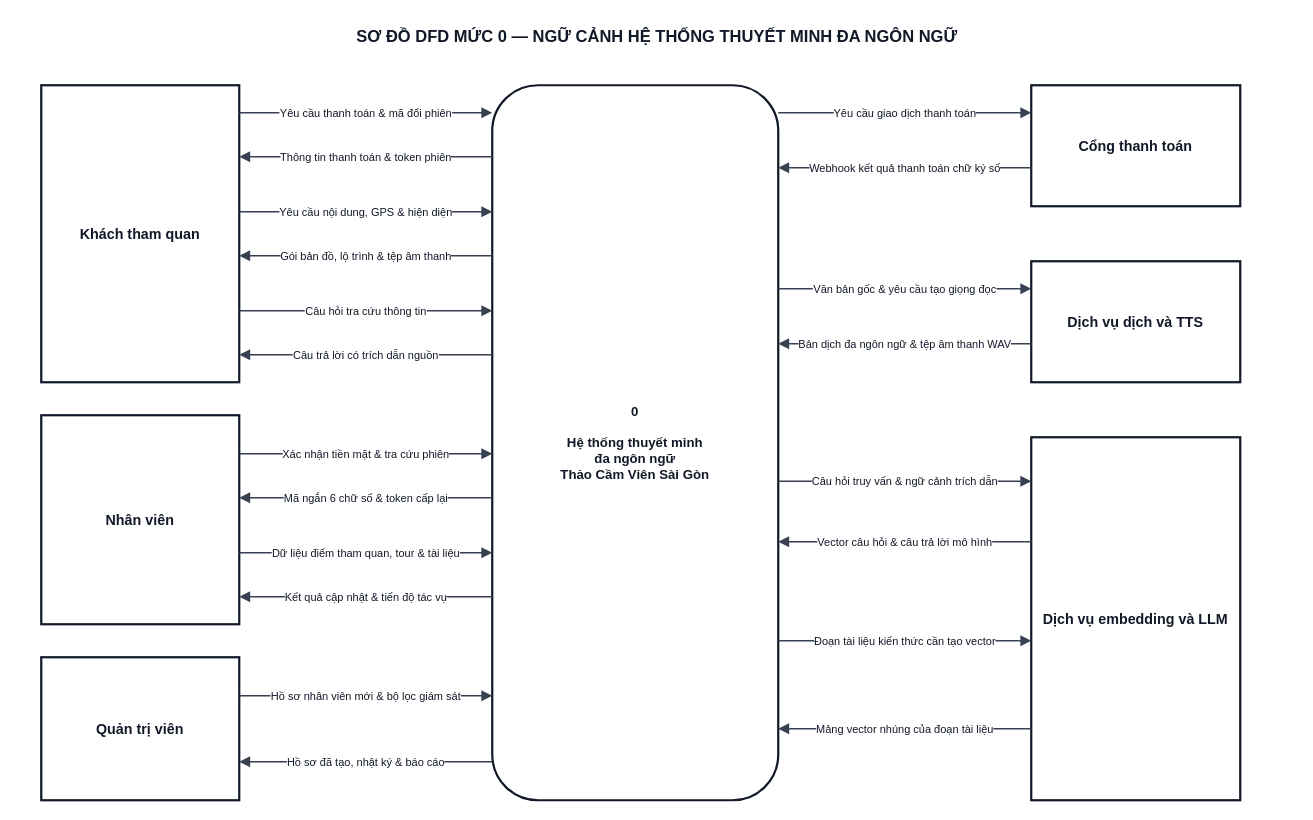
Kazuken123/prj_sgu26_cnpm keeps this draw.io diagram as docs/diagram/dfd/DFD_Level_0_Context.drawio. Above is the earlier version. Source tidied: cells renumbered, new cells numbered last; positions are measured from the earlier drawing's top-left corner, leaving out a move shared by most shapes. Both pictures are drawn from the tidied source at 110%, with x=0, y=0 at pixel (19, 19).
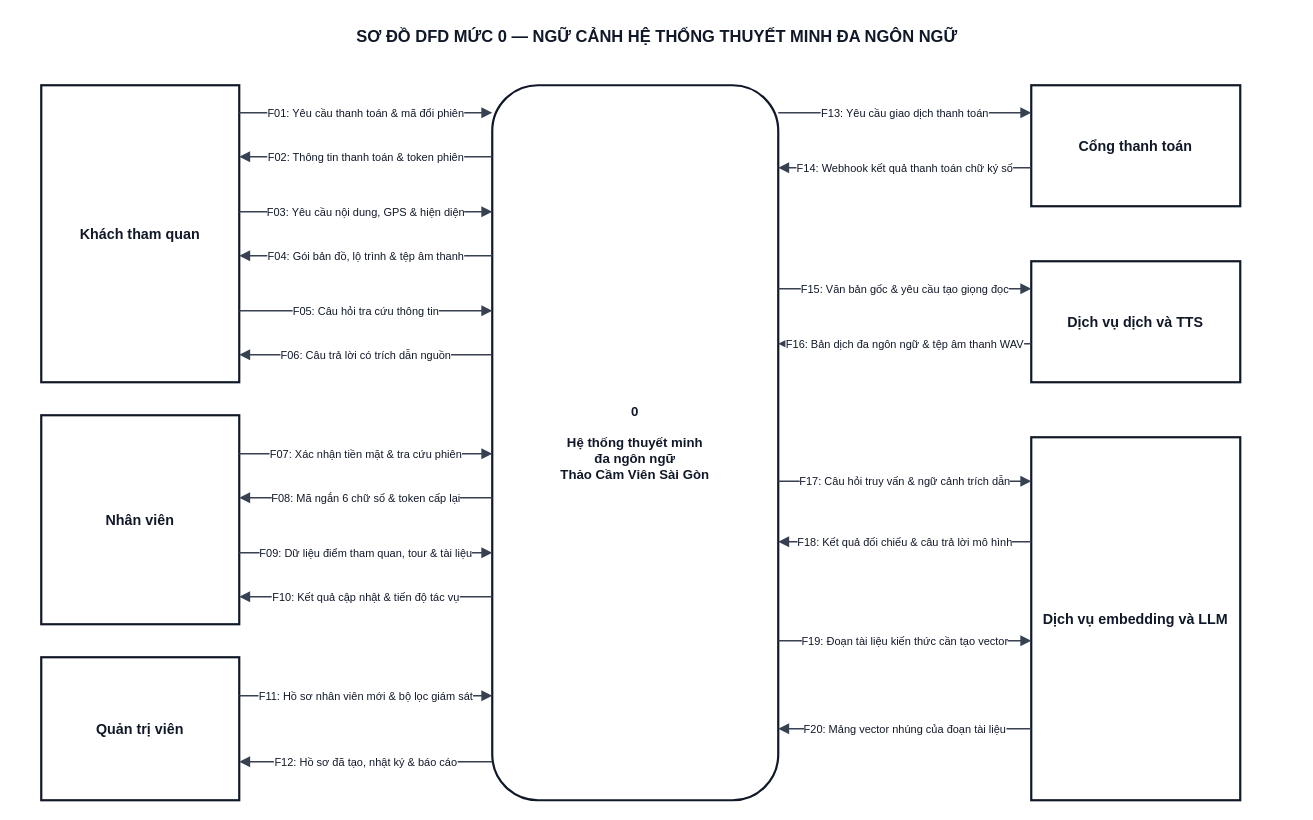
Above is the later version.

Unchanged cells that the change refers to:
```xml
<mxCell id="3" value="&lt;b&gt;0&lt;/b&gt;&lt;br/&gt;&lt;br/&gt;Hệ thống thuyết minh&lt;br/&gt;đa ngôn ngữ&lt;br/&gt;Thảo Cầm Viên Sài Gòn" style="rounded=1;arcSize=16;whiteSpace=wrap;html=1;fillColor=#FFFFFF;strokeColor=#111827;strokeWidth=2;fontFamily=Arial;fontSize=12;fontStyle=1;fontColor=#111827;align=center;" parent="1" vertex="1">
  <mxGeometry x="430" y="60" width="260" height="650" as="geometry" />
</mxCell>
<mxCell id="4" value="Khách tham quan" style="rounded=0;whiteSpace=wrap;html=1;fillColor=#FFFFFF;strokeColor=#111827;strokeWidth=2;fontFamily=Arial;fontSize=13;fontStyle=1;fontColor=#111827;align=center;" parent="1" vertex="1">
  <mxGeometry x="20" y="60" width="180" height="270" as="geometry" />
</mxCell>
<mxCell id="5" value="Nhân viên" style="rounded=0;whiteSpace=wrap;html=1;fillColor=#FFFFFF;strokeColor=#111827;strokeWidth=2;fontFamily=Arial;fontSize=13;fontStyle=1;fontColor=#111827;align=center;" parent="1" vertex="1">
  <mxGeometry x="20" y="360" width="180" height="190" as="geometry" />
</mxCell>
<mxCell id="6" value="Quản trị viên" style="rounded=0;whiteSpace=wrap;html=1;fillColor=#FFFFFF;strokeColor=#111827;strokeWidth=2;fontFamily=Arial;fontSize=13;fontStyle=1;fontColor=#111827;align=center;" parent="1" vertex="1">
  <mxGeometry x="20" y="580" width="180" height="130" as="geometry" />
</mxCell>
<mxCell id="7" value="Cổng thanh toán" style="rounded=0;whiteSpace=wrap;html=1;fillColor=#FFFFFF;strokeColor=#111827;strokeWidth=2;fontFamily=Arial;fontSize=13;fontStyle=1;fontColor=#111827;align=center;" parent="1" vertex="1">
  <mxGeometry x="920" y="60" width="190" height="110" as="geometry" />
</mxCell>
<mxCell id="8" value="Dịch vụ dịch và TTS" style="rounded=0;whiteSpace=wrap;html=1;fillColor=#FFFFFF;strokeColor=#111827;strokeWidth=2;fontFamily=Arial;fontSize=13;fontStyle=1;fontColor=#111827;align=center;" parent="1" vertex="1">
  <mxGeometry x="920" y="220" width="190" height="110" as="geometry" />
</mxCell>
<mxCell id="9" value="Dịch vụ embedding và LLM" style="rounded=0;whiteSpace=wrap;html=1;fillColor=#FFFFFF;strokeColor=#111827;strokeWidth=2;fontFamily=Arial;fontSize=13;fontStyle=1;fontColor=#111827;align=center;" parent="1" vertex="1">
  <mxGeometry x="920" y="380" width="190" height="330" as="geometry" />
</mxCell>
```

The edit, as a diff of the source:
```diff
@@
-    <mxCell id="10" value="Yêu cầu thanh toán &amp; mã đổi phiên" style="edgeStyle=orthogonalEdgeStyle;rounded=0;jettySize=auto;html=1;strokeColor=#374151;strokeWidth=1.5;endArrow=block;endFill=1;fontFamily=Arial;fontSize=10;fontColor=#111827;labelBackgroundColor=#FFFFFF;spacing=2;exitX=1.0000;exitY=0.0926;exitDx=0;exitDy=0;entryX=0.0000;entryY=0.0385;entryDx=0;entryDy=0;" parent="1" edge="1" source="4" target="3">
+    <mxCell id="10" value="F01: Yêu cầu thanh toán &amp; mã đổi phiên" style="edgeStyle=orthogonalEdgeStyle;rounded=0;jettySize=auto;html=1;strokeColor=#374151;strokeWidth=1.5;endArrow=block;endFill=1;fontFamily=Arial;fontSize=10;fontColor=#111827;labelBackgroundColor=#FFFFFF;spacing=2;exitX=1.000000000000;exitY=0.092592592593;exitDx=0;exitDy=0;entryX=0.000000000000;entryY=0.038461538462;entryDx=0;entryDy=0;exitPerimeter=0;entryPerimeter=0;" parent="1" edge="1" source="4" target="3">
       <mxGeometry relative="1" as="geometry" />
     </mxCell>
-    <mxCell id="11" value="Thông tin thanh toán &amp; token phiên" style="edgeStyle=orthogonalEdgeStyle;rounded=0;jettySize=auto;html=1;strokeColor=#374151;strokeWidth=1.5;endArrow=block;endFill=1;fontFamily=Arial;fontSize=10;fontColor=#111827;labelBackgroundColor=#FFFFFF;spacing=2;exitX=0.0000;exitY=0.1000;exitDx=0;exitDy=0;entryX=1.0000;entryY=0.2407;entryDx=0;entryDy=0;" parent="1" edge="1" source="3" target="4">
+    <mxCell id="11" value="F02: Thông tin thanh toán &amp; token phiên" style="edgeStyle=orthogonalEdgeStyle;rounded=0;jettySize=auto;html=1;strokeColor=#374151;strokeWidth=1.5;endArrow=block;endFill=1;fontFamily=Arial;fontSize=10;fontColor=#111827;labelBackgroundColor=#FFFFFF;spacing=2;exitX=0.000000000000;exitY=0.100000000000;exitDx=0;exitDy=0;entryX=1.000000000000;entryY=0.240740740741;entryDx=0;entryDy=0;exitPerimeter=0;entryPerimeter=0;" parent="1" edge="1" source="3" target="4">
       <mxGeometry relative="1" as="geometry" />
     </mxCell>
-    <mxCell id="12" value="Yêu cầu nội dung, GPS &amp; hiện diện" style="edgeStyle=orthogonalEdgeStyle;rounded=0;jettySize=auto;html=1;strokeColor=#374151;strokeWidth=1.5;endArrow=block;endFill=1;fontFamily=Arial;fontSize=10;fontColor=#111827;labelBackgroundColor=#FFFFFF;spacing=2;exitX=1.0000;exitY=0.4259;exitDx=0;exitDy=0;entryX=0.0000;entryY=0.1769;entryDx=0;entryDy=0;" parent="1" edge="1" source="4" target="3">
+    <mxCell id="12" value="F03: Yêu cầu nội dung, GPS &amp; hiện diện" style="edgeStyle=orthogonalEdgeStyle;rounded=0;jettySize=auto;html=1;strokeColor=#374151;strokeWidth=1.5;endArrow=block;endFill=1;fontFamily=Arial;fontSize=10;fontColor=#111827;labelBackgroundColor=#FFFFFF;spacing=2;exitX=1.000000000000;exitY=0.425925925926;exitDx=0;exitDy=0;entryX=0.000000000000;entryY=0.176923076923;entryDx=0;entryDy=0;exitPerimeter=0;entryPerimeter=0;" parent="1" edge="1" source="4" target="3">
       <mxGeometry relative="1" as="geometry" />
     </mxCell>
-    <mxCell id="13" value="Gói bản đồ, lộ trình &amp; tệp âm thanh" style="edgeStyle=orthogonalEdgeStyle;rounded=0;jettySize=auto;html=1;strokeColor=#374151;strokeWidth=1.5;endArrow=block;endFill=1;fontFamily=Arial;fontSize=10;fontColor=#111827;labelBackgroundColor=#FFFFFF;spacing=2;exitX=0.0000;exitY=0.2385;exitDx=0;exitDy=0;entryX=1.0000;entryY=0.5741;entryDx=0;entryDy=0;" parent="1" edge="1" source="3" target="4">
+    <mxCell id="13" value="F04: Gói bản đồ, lộ trình &amp; tệp âm thanh" style="edgeStyle=orthogonalEdgeStyle;rounded=0;jettySize=auto;html=1;strokeColor=#374151;strokeWidth=1.5;endArrow=block;endFill=1;fontFamily=Arial;fontSize=10;fontColor=#111827;labelBackgroundColor=#FFFFFF;spacing=2;exitX=0.000000000000;exitY=0.238461538462;exitDx=0;exitDy=0;entryX=1.000000000000;entryY=0.574074074074;entryDx=0;entryDy=0;exitPerimeter=0;entryPerimeter=0;" parent="1" edge="1" source="3" target="4">
       <mxGeometry relative="1" as="geometry" />
     </mxCell>
-    <mxCell id="14" value="Câu hỏi tra cứu thông tin" style="edgeStyle=orthogonalEdgeStyle;rounded=0;jettySize=auto;html=1;strokeColor=#374151;strokeWidth=1.5;endArrow=block;endFill=1;fontFamily=Arial;fontSize=10;fontColor=#111827;labelBackgroundColor=#FFFFFF;spacing=2;exitX=1.0000;exitY=0.7593;exitDx=0;exitDy=0;entryX=0.0000;entryY=0.3154;entryDx=0;entryDy=0;" parent="1" edge="1" source="4" target="3">
+    <mxCell id="14" value="F05: Câu hỏi tra cứu thông tin" style="edgeStyle=orthogonalEdgeStyle;rounded=0;jettySize=auto;html=1;strokeColor=#374151;strokeWidth=1.5;endArrow=block;endFill=1;fontFamily=Arial;fontSize=10;fontColor=#111827;labelBackgroundColor=#FFFFFF;spacing=2;exitX=1.000000000000;exitY=0.759259259259;exitDx=0;exitDy=0;entryX=0.000000000000;entryY=0.315384615385;entryDx=0;entryDy=0;exitPerimeter=0;entryPerimeter=0;" parent="1" edge="1" source="4" target="3">
       <mxGeometry relative="1" as="geometry" />
     </mxCell>
-    <mxCell id="15" value="Câu trả lời có trích dẫn nguồn" style="edgeStyle=orthogonalEdgeStyle;rounded=0;jettySize=auto;html=1;strokeColor=#374151;strokeWidth=1.5;endArrow=block;endFill=1;fontFamily=Arial;fontSize=10;fontColor=#111827;labelBackgroundColor=#FFFFFF;spacing=2;exitX=0.0000;exitY=0.3769;exitDx=0;exitDy=0;entryX=1.0000;entryY=0.9074;entryDx=0;entryDy=0;" parent="1" edge="1" source="3" target="4">
+    <mxCell id="15" value="F06: Câu trả lời có trích dẫn nguồn" style="edgeStyle=orthogonalEdgeStyle;rounded=0;jettySize=auto;html=1;strokeColor=#374151;strokeWidth=1.5;endArrow=block;endFill=1;fontFamily=Arial;fontSize=10;fontColor=#111827;labelBackgroundColor=#FFFFFF;spacing=2;exitX=0.000000000000;exitY=0.376923076923;exitDx=0;exitDy=0;entryX=1.000000000000;entryY=0.907407407407;entryDx=0;entryDy=0;exitPerimeter=0;entryPerimeter=0;" parent="1" edge="1" source="3" target="4">
       <mxGeometry relative="1" as="geometry" />
     </mxCell>
-    <mxCell id="16" value="Xác nhận tiền mặt &amp; tra cứu phiên" style="edgeStyle=orthogonalEdgeStyle;rounded=0;jettySize=auto;html=1;strokeColor=#374151;strokeWidth=1.5;endArrow=block;endFill=1;fontFamily=Arial;fontSize=10;fontColor=#111827;labelBackgroundColor=#FFFFFF;spacing=2;exitX=1.0000;exitY=0.1842;exitDx=0;exitDy=0;entryX=0.0000;entryY=0.5154;entryDx=0;entryDy=0;" parent="1" edge="1" source="5" target="3">
+    <mxCell id="16" value="F07: Xác nhận tiền mặt &amp; tra cứu phiên" style="edgeStyle=orthogonalEdgeStyle;rounded=0;jettySize=auto;html=1;strokeColor=#374151;strokeWidth=1.5;endArrow=block;endFill=1;fontFamily=Arial;fontSize=10;fontColor=#111827;labelBackgroundColor=#FFFFFF;spacing=2;exitX=1.000000000000;exitY=0.184210526316;exitDx=0;exitDy=0;entryX=0.000000000000;entryY=0.515384615385;entryDx=0;entryDy=0;exitPerimeter=0;entryPerimeter=0;" parent="1" edge="1" source="5" target="3">
       <mxGeometry relative="1" as="geometry" />
     </mxCell>
-    <mxCell id="17" value="Mã ngắn 6 chữ số &amp; token cấp lại" style="edgeStyle=orthogonalEdgeStyle;rounded=0;jettySize=auto;html=1;strokeColor=#374151;strokeWidth=1.5;endArrow=block;endFill=1;fontFamily=Arial;fontSize=10;fontColor=#111827;labelBackgroundColor=#FFFFFF;spacing=2;exitX=0.0000;exitY=0.5769;exitDx=0;exitDy=0;entryX=1.0000;entryY=0.3947;entryDx=0;entryDy=0;" parent="1" edge="1" source="3" target="5">
+    <mxCell id="17" value="F08: Mã ngắn 6 chữ số &amp; token cấp lại" style="edgeStyle=orthogonalEdgeStyle;rounded=0;jettySize=auto;html=1;strokeColor=#374151;strokeWidth=1.5;endArrow=block;endFill=1;fontFamily=Arial;fontSize=10;fontColor=#111827;labelBackgroundColor=#FFFFFF;spacing=2;exitX=0.000000000000;exitY=0.576923076923;exitDx=0;exitDy=0;entryX=1.000000000000;entryY=0.394736842105;entryDx=0;entryDy=0;exitPerimeter=0;entryPerimeter=0;" parent="1" edge="1" source="3" target="5">
       <mxGeometry relative="1" as="geometry" />
     </mxCell>
-    <mxCell id="18" value="Dữ liệu điểm tham quan, tour &amp; tài liệu" style="edgeStyle=orthogonalEdgeStyle;rounded=0;jettySize=auto;html=1;strokeColor=#374151;strokeWidth=1.5;endArrow=block;endFill=1;fontFamily=Arial;fontSize=10;fontColor=#111827;labelBackgroundColor=#FFFFFF;spacing=2;exitX=1.0000;exitY=0.6579;exitDx=0;exitDy=0;entryX=0.0000;entryY=0.6538;entryDx=0;entryDy=0;" parent="1" edge="1" source="5" target="3">
+    <mxCell id="18" value="F09: Dữ liệu điểm tham quan, tour &amp; tài liệu" style="edgeStyle=orthogonalEdgeStyle;rounded=0;jettySize=auto;html=1;strokeColor=#374151;strokeWidth=1.5;endArrow=block;endFill=1;fontFamily=Arial;fontSize=10;fontColor=#111827;labelBackgroundColor=#FFFFFF;spacing=2;exitX=1.000000000000;exitY=0.657894736842;exitDx=0;exitDy=0;entryX=0.000000000000;entryY=0.653846153846;entryDx=0;entryDy=0;exitPerimeter=0;entryPerimeter=0;" parent="1" edge="1" source="5" target="3">
       <mxGeometry relative="1" as="geometry" />
     </mxCell>
-    <mxCell id="19" value="Kết quả cập nhật &amp; tiến độ tác vụ" style="edgeStyle=orthogonalEdgeStyle;rounded=0;jettySize=auto;html=1;strokeColor=#374151;strokeWidth=1.5;endArrow=block;endFill=1;fontFamily=Arial;fontSize=10;fontColor=#111827;labelBackgroundColor=#FFFFFF;spacing=2;exitX=0.0000;exitY=0.7154;exitDx=0;exitDy=0;entryX=1.0000;entryY=0.8684;entryDx=0;entryDy=0;" parent="1" edge="1" source="3" target="5">
+    <mxCell id="19" value="F10: Kết quả cập nhật &amp; tiến độ tác vụ" style="edgeStyle=orthogonalEdgeStyle;rounded=0;jettySize=auto;html=1;strokeColor=#374151;strokeWidth=1.5;endArrow=block;endFill=1;fontFamily=Arial;fontSize=10;fontColor=#111827;labelBackgroundColor=#FFFFFF;spacing=2;exitX=0.000000000000;exitY=0.715384615385;exitDx=0;exitDy=0;entryX=1.000000000000;entryY=0.868421052632;entryDx=0;entryDy=0;exitPerimeter=0;entryPerimeter=0;" parent="1" edge="1" source="3" target="5">
       <mxGeometry relative="1" as="geometry" />
     </mxCell>
-    <mxCell id="20" value="Hồ sơ nhân viên mới &amp; bộ lọc giám sát" style="edgeStyle=orthogonalEdgeStyle;rounded=0;jettySize=auto;html=1;strokeColor=#374151;strokeWidth=1.5;endArrow=block;endFill=1;fontFamily=Arial;fontSize=10;fontColor=#111827;labelBackgroundColor=#FFFFFF;spacing=2;exitX=1.0000;exitY=0.2692;exitDx=0;exitDy=0;entryX=0.0000;entryY=0.8538;entryDx=0;entryDy=0;" parent="1" edge="1" source="6" target="3">
+    <mxCell id="20" value="F11: Hồ sơ nhân viên mới &amp; bộ lọc giám sát" style="edgeStyle=orthogonalEdgeStyle;rounded=0;jettySize=auto;html=1;strokeColor=#374151;strokeWidth=1.5;endArrow=block;endFill=1;fontFamily=Arial;fontSize=10;fontColor=#111827;labelBackgroundColor=#FFFFFF;spacing=2;exitX=1.000000000000;exitY=0.269230769231;exitDx=0;exitDy=0;entryX=0.000000000000;entryY=0.853846153846;entryDx=0;entryDy=0;exitPerimeter=0;entryPerimeter=0;" parent="1" edge="1" source="6" target="3">
       <mxGeometry relative="1" as="geometry" />
     </mxCell>
-    <mxCell id="21" value="Hồ sơ đã tạo, nhật ký &amp; báo cáo" style="edgeStyle=orthogonalEdgeStyle;rounded=0;jettySize=auto;html=1;strokeColor=#374151;strokeWidth=1.5;endArrow=block;endFill=1;fontFamily=Arial;fontSize=10;fontColor=#111827;labelBackgroundColor=#FFFFFF;spacing=2;exitX=0.0000;exitY=0.9462;exitDx=0;exitDy=0;entryX=1.0000;entryY=0.7308;entryDx=0;entryDy=0;" parent="1" edge="1" source="3" target="6">
+    <mxCell id="21" value="F12: Hồ sơ đã tạo, nhật ký &amp; báo cáo" style="edgeStyle=orthogonalEdgeStyle;rounded=0;jettySize=auto;html=1;strokeColor=#374151;strokeWidth=1.5;endArrow=block;endFill=1;fontFamily=Arial;fontSize=10;fontColor=#111827;labelBackgroundColor=#FFFFFF;spacing=2;exitX=0.000000000000;exitY=0.946153846154;exitDx=0;exitDy=0;entryX=1.000000000000;entryY=0.730769230769;entryDx=0;entryDy=0;exitPerimeter=0;entryPerimeter=0;" parent="1" edge="1" source="3" target="6">
       <mxGeometry relative="1" as="geometry" />
     </mxCell>
-    <mxCell id="22" value="Yêu cầu giao dịch thanh toán" style="edgeStyle=orthogonalEdgeStyle;rounded=0;jettySize=auto;html=1;strokeColor=#374151;strokeWidth=1.5;endArrow=block;endFill=1;fontFamily=Arial;fontSize=10;fontColor=#111827;labelBackgroundColor=#FFFFFF;spacing=2;exitX=1.0000;exitY=0.0385;exitDx=0;exitDy=0;entryX=0.0000;entryY=0.2273;entryDx=0;entryDy=0;" parent="1" edge="1" source="3" target="7">
+    <mxCell id="22" value="F13: Yêu cầu giao dịch thanh toán" style="edgeStyle=orthogonalEdgeStyle;rounded=0;jettySize=auto;html=1;strokeColor=#374151;strokeWidth=1.5;endArrow=block;endFill=1;fontFamily=Arial;fontSize=10;fontColor=#111827;labelBackgroundColor=#FFFFFF;spacing=2;exitX=1.000000000000;exitY=0.038461538462;exitDx=0;exitDy=0;entryX=0.000000000000;entryY=0.227272727273;entryDx=0;entryDy=0;exitPerimeter=0;entryPerimeter=0;" parent="1" edge="1" source="3" target="7">
       <mxGeometry relative="1" as="geometry" />
     </mxCell>
-    <mxCell id="23" value="Webhook kết quả thanh toán chữ ký số" style="edgeStyle=orthogonalEdgeStyle;rounded=0;jettySize=auto;html=1;strokeColor=#374151;strokeWidth=1.5;endArrow=block;endFill=1;fontFamily=Arial;fontSize=10;fontColor=#111827;labelBackgroundColor=#FFFFFF;spacing=2;exitX=0.0000;exitY=0.6818;exitDx=0;exitDy=0;entryX=1.0000;entryY=0.1154;entryDx=0;entryDy=0;" parent="1" edge="1" source="7" target="3">
+    <mxCell id="23" value="F14: Webhook kết quả thanh toán chữ ký số" style="edgeStyle=orthogonalEdgeStyle;rounded=0;jettySize=auto;html=1;strokeColor=#374151;strokeWidth=1.5;endArrow=block;endFill=1;fontFamily=Arial;fontSize=10;fontColor=#111827;labelBackgroundColor=#FFFFFF;spacing=2;exitX=0.000000000000;exitY=0.681818181818;exitDx=0;exitDy=0;entryX=1.000000000000;entryY=0.115384615385;entryDx=0;entryDy=0;exitPerimeter=0;entryPerimeter=0;" parent="1" edge="1" source="7" target="3">
       <mxGeometry relative="1" as="geometry" />
     </mxCell>
-    <mxCell id="24" value="Văn bản gốc &amp; yêu cầu tạo giọng đọc" style="edgeStyle=orthogonalEdgeStyle;rounded=0;jettySize=auto;html=1;strokeColor=#374151;strokeWidth=1.5;endArrow=block;endFill=1;fontFamily=Arial;fontSize=10;fontColor=#111827;labelBackgroundColor=#FFFFFF;spacing=2;exitX=1.0000;exitY=0.2846;exitDx=0;exitDy=0;entryX=0.0000;entryY=0.2273;entryDx=0;entryDy=0;" parent="1" edge="1" source="3" target="8">
+    <mxCell id="24" value="F15: Văn bản gốc &amp; yêu cầu tạo giọng đọc" style="edgeStyle=orthogonalEdgeStyle;rounded=0;jettySize=auto;html=1;strokeColor=#374151;strokeWidth=1.5;endArrow=block;endFill=1;fontFamily=Arial;fontSize=10;fontColor=#111827;labelBackgroundColor=#FFFFFF;spacing=2;exitX=1.000000000000;exitY=0.284615384615;exitDx=0;exitDy=0;entryX=0.000000000000;entryY=0.227272727273;entryDx=0;entryDy=0;exitPerimeter=0;entryPerimeter=0;" parent="1" edge="1" source="3" target="8">
       <mxGeometry relative="1" as="geometry" />
     </mxCell>
-    <mxCell id="25" value="Bản dịch đa ngôn ngữ &amp; tệp âm thanh WAV" style="edgeStyle=orthogonalEdgeStyle;rounded=0;jettySize=auto;html=1;strokeColor=#374151;strokeWidth=1.5;endArrow=block;endFill=1;fontFamily=Arial;fontSize=10;fontColor=#111827;labelBackgroundColor=#FFFFFF;spacing=2;exitX=0.0000;exitY=0.6818;exitDx=0;exitDy=0;entryX=1.0000;entryY=0.3615;entryDx=0;entryDy=0;" parent="1" edge="1" source="8" target="3">
+    <mxCell id="25" value="F16: Bản dịch đa ngôn ngữ &amp; tệp âm thanh WAV" style="edgeStyle=orthogonalEdgeStyle;rounded=0;jettySize=auto;html=1;strokeColor=#374151;strokeWidth=1.5;endArrow=block;endFill=1;fontFamily=Arial;fontSize=10;fontColor=#111827;labelBackgroundColor=#FFFFFF;spacing=2;exitX=0.000000000000;exitY=0.681818181818;exitDx=0;exitDy=0;entryX=1.000000000000;entryY=0.361538461538;entryDx=0;entryDy=0;exitPerimeter=0;entryPerimeter=0;" parent="1" edge="1" source="8" target="3">
       <mxGeometry relative="1" as="geometry" />
     </mxCell>
-    <mxCell id="26" value="Câu hỏi truy vấn &amp; ngữ cảnh trích dẫn" style="edgeStyle=orthogonalEdgeStyle;rounded=0;jettySize=auto;html=1;strokeColor=#374151;strokeWidth=1.5;endArrow=block;endFill=1;fontFamily=Arial;fontSize=10;fontColor=#111827;labelBackgroundColor=#FFFFFF;spacing=2;exitX=1.0000;exitY=0.5538;exitDx=0;exitDy=0;entryX=0.0000;entryY=0.1212;entryDx=0;entryDy=0;" parent="1" edge="1" source="3" target="9">
+    <mxCell id="26" value="F17: Câu hỏi truy vấn &amp; ngữ cảnh trích dẫn" style="edgeStyle=orthogonalEdgeStyle;rounded=0;jettySize=auto;html=1;strokeColor=#374151;strokeWidth=1.5;endArrow=block;endFill=1;fontFamily=Arial;fontSize=10;fontColor=#111827;labelBackgroundColor=#FFFFFF;spacing=2;exitX=1.000000000000;exitY=0.553846153846;exitDx=0;exitDy=0;entryX=0.000000000000;entryY=0.121212121212;entryDx=0;entryDy=0;exitPerimeter=0;entryPerimeter=0;" parent="1" edge="1" source="3" target="9">
       <mxGeometry relative="1" as="geometry" />
     </mxCell>
-    <mxCell id="27" value="Vector câu hỏi &amp; câu trả lời mô hình" style="edgeStyle=orthogonalEdgeStyle;rounded=0;jettySize=auto;html=1;strokeColor=#374151;strokeWidth=1.5;endArrow=block;endFill=1;fontFamily=Arial;fontSize=10;fontColor=#111827;labelBackgroundColor=#FFFFFF;spacing=2;exitX=0.0000;exitY=0.2879;exitDx=0;exitDy=0;entryX=1.0000;entryY=0.6385;entryDx=0;entryDy=0;" parent="1" edge="1" source="9" target="3">
+    <mxCell id="27" value="F18: Kết quả đối chiếu &amp; câu trả lời mô hình" style="edgeStyle=orthogonalEdgeStyle;rounded=0;jettySize=auto;html=1;strokeColor=#374151;strokeWidth=1.5;endArrow=block;endFill=1;fontFamily=Arial;fontSize=10;fontColor=#111827;labelBackgroundColor=#FFFFFF;spacing=2;exitX=0.000000000000;exitY=0.287878787879;exitDx=0;exitDy=0;entryX=1.000000000000;entryY=0.638461538462;entryDx=0;entryDy=0;exitPerimeter=0;entryPerimeter=0;" parent="1" edge="1" source="9" target="3">
       <mxGeometry relative="1" as="geometry" />
     </mxCell>
-    <mxCell id="28" value="Đoạn tài liệu kiến thức cần tạo vector" style="edgeStyle=orthogonalEdgeStyle;rounded=0;jettySize=auto;html=1;strokeColor=#374151;strokeWidth=1.5;endArrow=block;endFill=1;fontFamily=Arial;fontSize=10;fontColor=#111827;labelBackgroundColor=#FFFFFF;spacing=2;exitX=1.0000;exitY=0.7769;exitDx=0;exitDy=0;entryX=0.0000;entryY=0.5606;entryDx=0;entryDy=0;" parent="1" edge="1" source="3" target="9">
+    <mxCell id="28" value="F19: Đoạn tài liệu kiến thức cần tạo vector" style="edgeStyle=orthogonalEdgeStyle;rounded=0;jettySize=auto;html=1;strokeColor=#374151;strokeWidth=1.5;endArrow=block;endFill=1;fontFamily=Arial;fontSize=10;fontColor=#111827;labelBackgroundColor=#FFFFFF;spacing=2;exitX=1.000000000000;exitY=0.776923076923;exitDx=0;exitDy=0;entryX=0.000000000000;entryY=0.560606060606;entryDx=0;entryDy=0;exitPerimeter=0;entryPerimeter=0;" parent="1" edge="1" source="3" target="9">
       <mxGeometry relative="1" as="geometry" />
     </mxCell>
-    <mxCell id="29" value="Mảng vector nhúng của đoạn tài liệu" style="edgeStyle=orthogonalEdgeStyle;rounded=0;jettySize=auto;html=1;strokeColor=#374151;strokeWidth=1.5;endArrow=block;endFill=1;fontFamily=Arial;fontSize=10;fontColor=#111827;labelBackgroundColor=#FFFFFF;spacing=2;exitX=0.0000;exitY=0.8030;exitDx=0;exitDy=0;entryX=1.0000;entryY=0.9000;entryDx=0;entryDy=0;" parent="1" edge="1" source="9" target="3">
+    <mxCell id="29" value="F20: Mảng vector nhúng của đoạn tài liệu" style="edgeStyle=orthogonalEdgeStyle;rounded=0;jettySize=auto;html=1;strokeColor=#374151;strokeWidth=1.5;endArrow=block;endFill=1;fontFamily=Arial;fontSize=10;fontColor=#111827;labelBackgroundColor=#FFFFFF;spacing=2;exitX=0.000000000000;exitY=0.803030303030;exitDx=0;exitDy=0;entryX=1.000000000000;entryY=0.900000000000;entryDx=0;entryDy=0;exitPerimeter=0;entryPerimeter=0;" parent="1" edge="1" source="9" target="3">
       <mxGeometry relative="1" as="geometry" />
     </mxCell>
```
